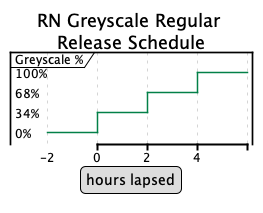
Above: out/Confluence/SOPWebFE/RNGreyscale/RNGreyscale.png in thetomitomo/diagrams (PlantUML), before the change.
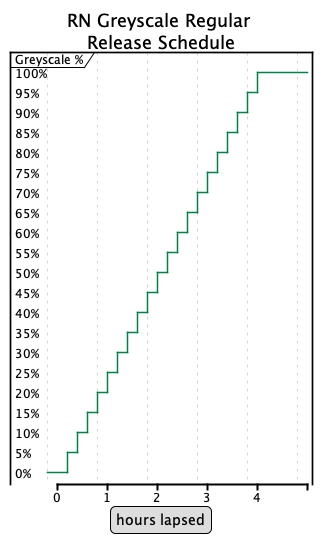
After the change.

Commit message:
upodate timeline

Diff of the diagram source:
```diff
@@ -7,16 +7,66 @@
 hours lapsed
 end legend
 
-@-2
+@-0.2
 RN is "0%"
 
-@0
-RN is "34%"
+@0.2
+RN is "5%"
+
+@0.4
+RN is "10%"
+
+@0.6
+RN is "15%"
+
+@0.8
+RN is "20%"
+
+@1
+RN is "25%"
+
+@1.2
+RN is "30%"
+
+@1.4
+RN is "35%"
+
+@1.6
+RN is "40%"
+
+@1.8
+RN is "45%"
 
 @2
-RN is "68%"
+RN is "50%"
+
+@2.2
+RN is "55%"
+
+@2.4
+RN is "60%"
+
+@2.6
+RN is "65%"
+
+@2.8
+RN is "70%"
+
+@3
+RN is "75%"
+
+@3.2
+RN is "80%"
+
+@3.4
+RN is "85%"
+
+@3.6
+RN is "90%"
+
+@3.8
+RN is "95%"
 
 @4
 RN is "100%"
-
 @enduml
```
